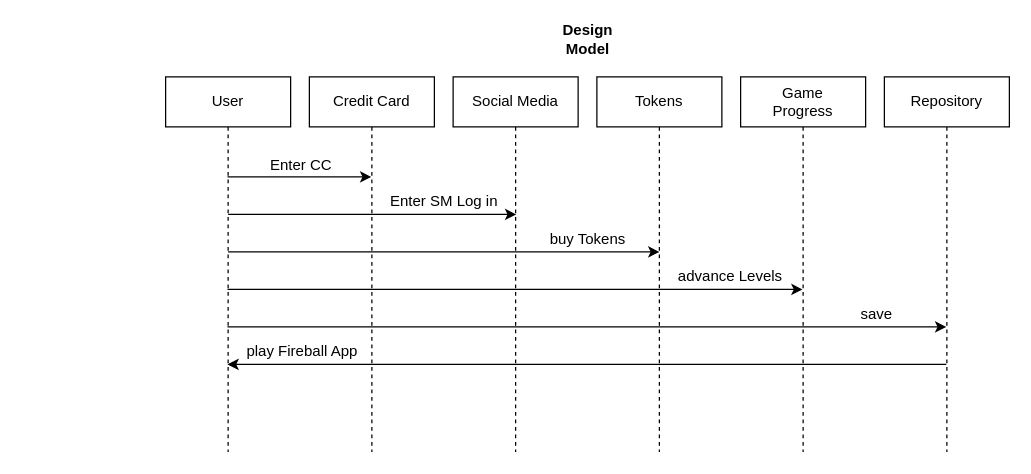
This is page "Design Model" (3 of 3) of Car Rental.drawio from jmcjordi811/CISC210Draw, a draw.io file, before an edit. Source tidied: cells renumbered, new cells numbered last; positions are measured from the earlier drawing's top-left corner, leaving out a move shared by most shapes. Both pictures are drawn from the tidied source at 125%, with x=0, y=0 at pixel (165, 26).
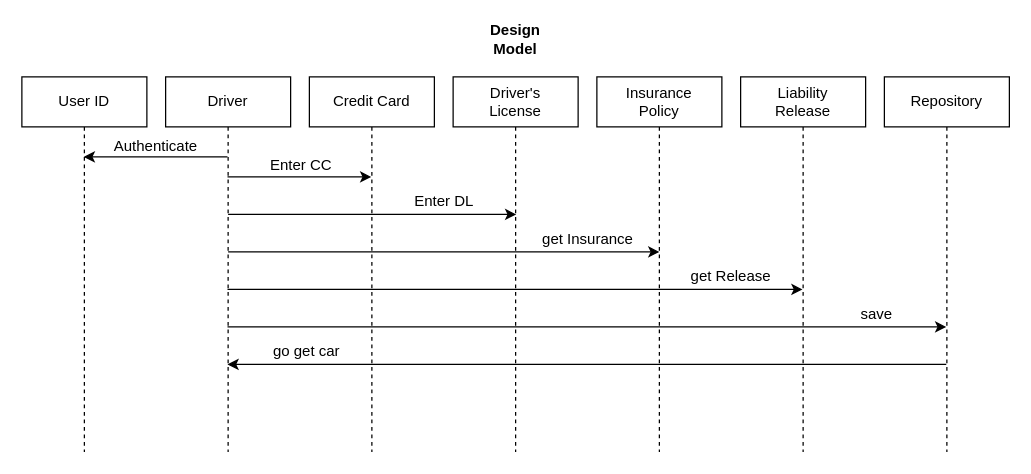
After the change.

Change to the diagram source:
```diff
@@
+    <mxCell id="21" value="User ID" style="shape=umlLifeline;perimeter=lifelinePerimeter;whiteSpace=wrap;html=1;fillColor=none;" parent="1" vertex="1">
+      <mxGeometry x="-115" y="40" width="100" height="300" as="geometry" />
+    </mxCell>
@@
+    <mxCell id="22" style="edgeStyle=none;rounded=0;orthogonalLoop=1;jettySize=auto;html=1;endArrow=classic;endFill=1;" parent="1" edge="1">
+      <mxGeometry relative="1" as="geometry">
+        <mxPoint x="49.5" y="104" as="sourcePoint" />
+        <mxPoint x="-65.5" y="104" as="targetPoint" />
+        <Array as="points">
+          <mxPoint x="10" y="104" />
+        </Array>
+      </mxGeometry>
+    </mxCell>
@@
-    <mxCell id="7" value="User" style="shape=umlLifeline;perimeter=lifelinePerimeter;whiteSpace=wrap;html=1;outlineConnect=0;fillColor=none;" parent="1" vertex="1">
+    <mxCell id="7" value="Driver" style="shape=umlLifeline;perimeter=lifelinePerimeter;whiteSpace=wrap;html=1;outlineConnect=0;fillColor=none;" parent="1" vertex="1">
       <mxGeometry y="40" width="100" height="300" as="geometry" />
     </mxCell>
@@
-    <mxCell id="9" value="Social Media" style="shape=umlLifeline;perimeter=lifelinePerimeter;whiteSpace=wrap;html=1;fillColor=none;" parent="1" vertex="1">
+    <mxCell id="9" value="Driver's&lt;br&gt;License" style="shape=umlLifeline;perimeter=lifelinePerimeter;whiteSpace=wrap;html=1;fillColor=none;" parent="1" vertex="1">
       <mxGeometry x="230" y="40" width="100" height="300" as="geometry" />
     </mxCell>
-    <mxCell id="10" value="Tokens" style="shape=umlLifeline;perimeter=lifelinePerimeter;whiteSpace=wrap;html=1;fillColor=none;" parent="1" vertex="1">
+    <mxCell id="10" value="Insurance&lt;br&gt;Policy" style="shape=umlLifeline;perimeter=lifelinePerimeter;whiteSpace=wrap;html=1;fillColor=none;" parent="1" vertex="1">
       <mxGeometry x="345" y="40" width="100" height="300" as="geometry" />
     </mxCell>
-    <mxCell id="11" value="Game&lt;br&gt;Progress" style="shape=umlLifeline;perimeter=lifelinePerimeter;whiteSpace=wrap;html=1;outlineConnect=0;fillColor=none;" parent="1" vertex="1">
+    <mxCell id="11" value="Liability&lt;br&gt;Release" style="shape=umlLifeline;perimeter=lifelinePerimeter;whiteSpace=wrap;html=1;outlineConnect=0;fillColor=none;" parent="1" vertex="1">
       <mxGeometry x="460" y="40" width="100" height="300" as="geometry" />
     </mxCell>
@@
     <mxCell id="14" value="Design Model" style="text;html=1;strokeColor=none;fillColor=none;align=center;verticalAlign=middle;whiteSpace=wrap;rounded=0;fontStyle=1;" parent="1" vertex="1">
-      <mxGeometry x="318" width="40" height="20" as="geometry" />
+      <mxGeometry x="260" width="40" height="20" as="geometry" />
     </mxCell>
@@
+    <mxCell id="23" value="Authenticate" style="text;html=1;align=left;verticalAlign=top;spacingTop=-4;" parent="1" vertex="1">
+      <mxGeometry x="-43" y="86" width="80" height="20" as="geometry" />
+    </mxCell>
-    <mxCell id="16" value="Enter SM Log in" style="text;html=1;strokeColor=none;fillColor=none;align=center;verticalAlign=middle;whiteSpace=wrap;rounded=0;" parent="1" vertex="1">
-      <mxGeometry x="177" y="130" width="92" height="20" as="geometry" />
+    <mxCell id="16" value="Enter DL" style="text;html=1;strokeColor=none;fillColor=none;align=center;verticalAlign=middle;whiteSpace=wrap;rounded=0;" parent="1" vertex="1">
+      <mxGeometry x="193.5" y="130" width="58" height="20" as="geometry" />
     </mxCell>
-    <mxCell id="17" value="buy Tokens" style="text;html=1;strokeColor=none;fillColor=none;align=center;verticalAlign=middle;whiteSpace=wrap;rounded=0;" parent="1" vertex="1">
+    <mxCell id="17" value="get Insurance" style="text;html=1;strokeColor=none;fillColor=none;align=center;verticalAlign=middle;whiteSpace=wrap;rounded=0;" parent="1" vertex="1">
       <mxGeometry x="297.5" y="160" width="80" height="20" as="geometry" />
     </mxCell>
-    <mxCell id="18" value="advance Levels" style="text;html=1;strokeColor=none;fillColor=none;align=center;verticalAlign=middle;whiteSpace=wrap;rounded=0;" parent="1" vertex="1">
-      <mxGeometry x="401" y="190" width="102" height="20" as="geometry" />
+    <mxCell id="18" value="get Release" style="text;html=1;strokeColor=none;fillColor=none;align=center;verticalAlign=middle;whiteSpace=wrap;rounded=0;" parent="1" vertex="1">
+      <mxGeometry x="413" y="190" width="79" height="20" as="geometry" />
     </mxCell>
@@
-    <mxCell id="20" value="play Fireball App" style="text;html=1;strokeColor=none;fillColor=none;align=center;verticalAlign=middle;whiteSpace=wrap;rounded=0;" parent="1" vertex="1">
-      <mxGeometry x="59" y="250" width="101" height="20" as="geometry" />
+    <mxCell id="20" value="go get car" style="text;html=1;strokeColor=none;fillColor=none;align=center;verticalAlign=middle;whiteSpace=wrap;rounded=0;" parent="1" vertex="1">
+      <mxGeometry x="84" y="250" width="58" height="20" as="geometry" />
     </mxCell>
```
